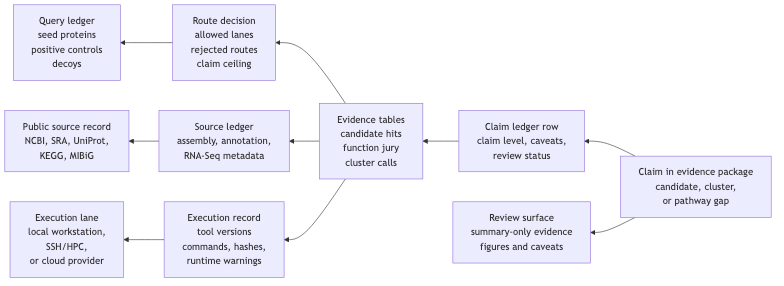
Earlier version of the Mermaid export docs/diagrams/genecluster-provenance-traceback.png (BioSymphony/genecluster). Its source is kept beside it as docs/diagrams/genecluster-provenance-traceback.mmd. Source of this version:
```mermaid
flowchart RL
  CLAIM["Claim in evidence package<br/>candidate, cluster,<br/>or pathway gap"]
  CLAIM --> LEDGER["Claim ledger row<br/>claim level, caveats,<br/>review status"]
  LEDGER --> EVIDENCE["Evidence tables<br/>candidate hits<br/>function jury<br/>cluster calls"]
  EVIDENCE --> ROUTE["Route decision<br/>allowed lanes<br/>rejected routes<br/>claim ceiling"]
  ROUTE --> QUERY["Query ledger<br/>seed proteins<br/>positive controls<br/>decoys"]
  EVIDENCE --> SOURCE["Source ledger<br/>assembly, annotation,<br/>RNA-Seq metadata"]
  EVIDENCE --> RUN["Execution record<br/>tool versions<br/>commands, hashes,<br/>runtime warnings"]
  RUN --> PROVIDER["Execution lane<br/>local workstation,<br/>SSH/HPC,<br/>or cloud provider"]
  SOURCE --> PUBLIC["Public source record<br/>NCBI, SRA, UniProt,<br/>KEGG, MIBiG"]
  CLAIM --> REVIEW["Review surface<br/>summary-only evidence<br/>figures and caveats"]
```
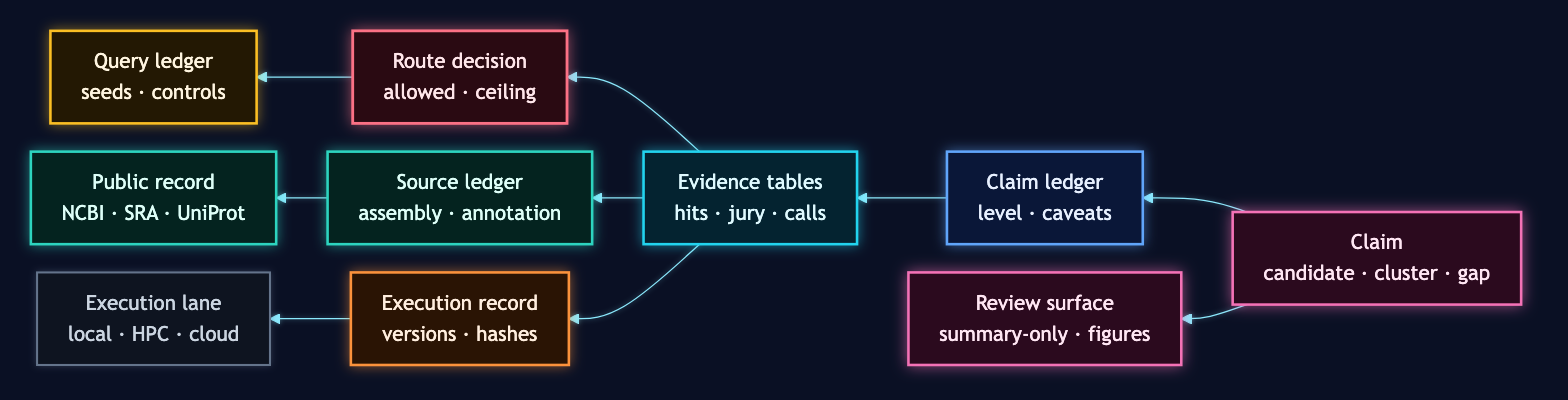
After the change.

What changed in the source:
```diff
@@ -1,11 +1,25 @@
+%%{init: {"theme":"base","themeVariables":{"lineColor":"#8be9fd","fontSize":"16px","edgeLabelBackground":"#0a1024"},"flowchart":{"htmlLabels":true,"useMaxWidth":true,"diagramPadding":24,"padding":12,"nodeSpacing":22,"rankSpacing":40}}}%%
 flowchart RL
-  CLAIM["Claim in evidence package<br/>candidate, cluster,<br/>or pathway gap"]
-  CLAIM --> LEDGER["Claim ledger row<br/>claim level, caveats,<br/>review status"]
-  LEDGER --> EVIDENCE["Evidence tables<br/>candidate hits<br/>function jury<br/>cluster calls"]
-  EVIDENCE --> ROUTE["Route decision<br/>allowed lanes<br/>rejected routes<br/>claim ceiling"]
-  ROUTE --> QUERY["Query ledger<br/>seed proteins<br/>positive controls<br/>decoys"]
-  EVIDENCE --> SOURCE["Source ledger<br/>assembly, annotation,<br/>RNA-Seq metadata"]
-  EVIDENCE --> RUN["Execution record<br/>tool versions<br/>commands, hashes,<br/>runtime warnings"]
-  RUN --> PROVIDER["Execution lane<br/>local workstation,<br/>SSH/HPC,<br/>or cloud provider"]
-  SOURCE --> PUBLIC["Public source record<br/>NCBI, SRA, UniProt,<br/>KEGG, MIBiG"]
-  CLAIM --> REVIEW["Review surface<br/>summary-only evidence<br/>figures and caveats"]
+  CLAIM["Claim<br/>candidate · cluster · gap"]:::output
+  LEDGER["Claim ledger<br/>level · caveats"]:::context
+  EVIDENCE["Evidence tables<br/>hits · jury · calls"]:::search
+  ROUTE["Route decision<br/>allowed · ceiling"]:::gate
+  QUERY["Query ledger<br/>seeds · controls"]:::query
+  SOURCE["Source ledger<br/>assembly · annotation"]:::source
+  PUBLIC["Public record<br/>NCBI · SRA · UniProt"]:::source
+  RUN["Execution record<br/>versions · hashes"]:::function
+  PROVIDER["Execution lane<br/>local · HPC · cloud"]:::heavy
+  REVIEW["Review surface<br/>summary-only · figures"]:::output
+  CLAIM --> LEDGER --> EVIDENCE
+  EVIDENCE --> ROUTE --> QUERY
+  EVIDENCE --> SOURCE --> PUBLIC
+  EVIDENCE --> RUN --> PROVIDER
+  CLAIM --> REVIEW
+  classDef source fill:#04231f,stroke:#2dd4bf,color:#defff8,stroke-width:2px;
+  classDef query fill:#231803,stroke:#fbbf24,color:#fff5e0,stroke-width:2px;
+  classDef search fill:#042330,stroke:#22d3ee,color:#dffaff,stroke-width:2px;
+  classDef context fill:#0a1738,stroke:#60a5fa,color:#e7f0ff,stroke-width:2px;
+  classDef function fill:#2a1404,stroke:#fb923c,color:#ffeede,stroke-width:2px;
+  classDef output fill:#2b0a1e,stroke:#f472b6,color:#ffe6f3,stroke-width:2px;
+  classDef gate fill:#2a0a12,stroke:#fb7185,color:#ffe6ea,stroke-width:2.2px;
+  classDef heavy fill:#0e1420,stroke:#64748b,color:#cbd5e1,stroke-width:1.6px;
```
